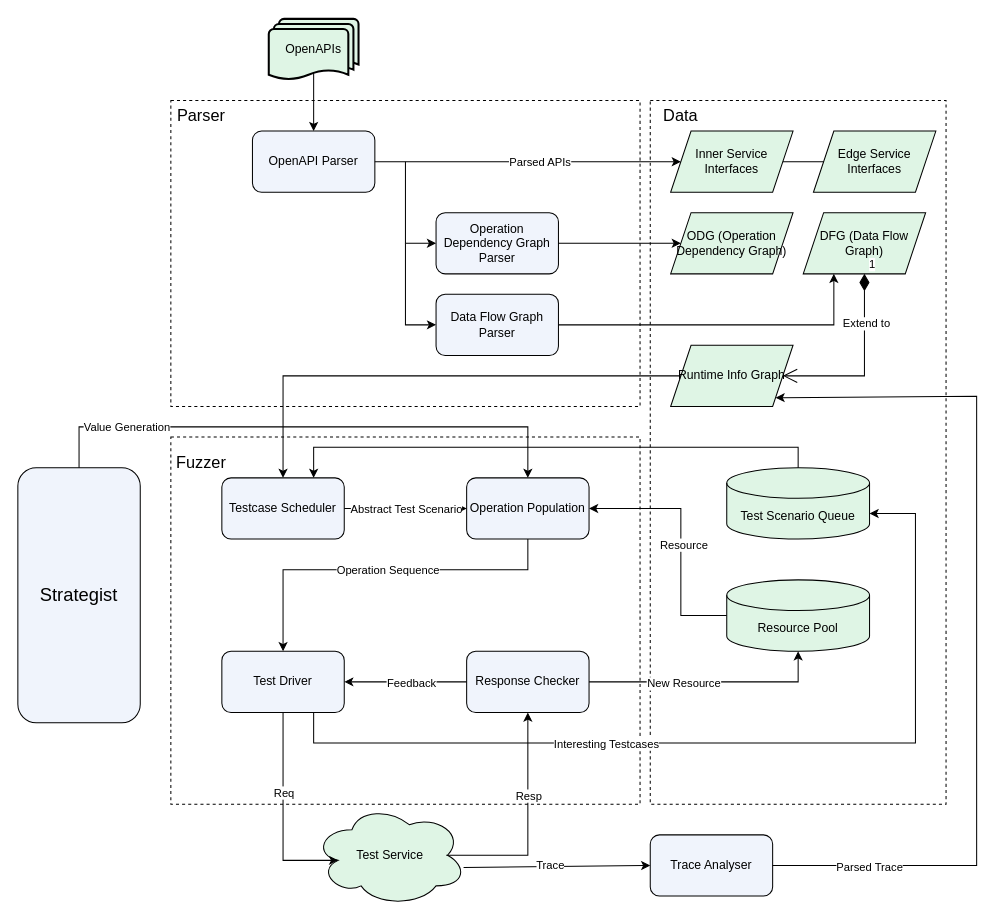
Earlier version of the draw.io diagram docs/architecture.drawio (SmilingPixel/rest_trace_fuzzer). Source tidied: cells renumbered, new cells numbered last; positions are measured from the earlier drawing's top-left corner, leaving out a move shared by most shapes. Both pictures are drawn from the tidied source at 102%, with x=0, y=0 at pixel (17, 18).
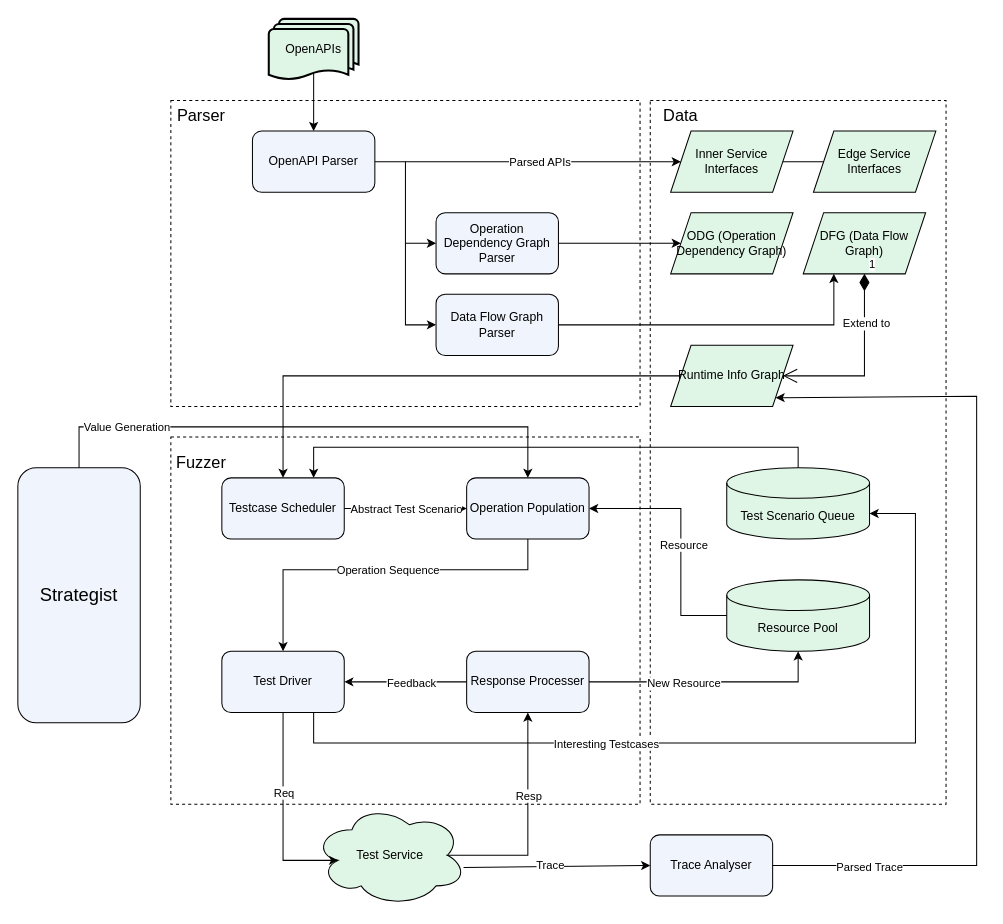
The same diagram, later.

Diff of the diagram source:
```diff
@@
-    <mxCell id="28" value="Response Checker" style="rounded=1;whiteSpace=wrap;html=1;fillColor=light-dark(#F0F4FC,#3B4453);" parent="1" vertex="1">
+    <mxCell id="28" value="Response Processer" style="rounded=1;whiteSpace=wrap;html=1;fillColor=light-dark(#F0F4FC,#3B4453);" parent="1" vertex="1">
       <mxGeometry x="440" y="620" width="120" height="60" as="geometry" />
     </mxCell>
```
